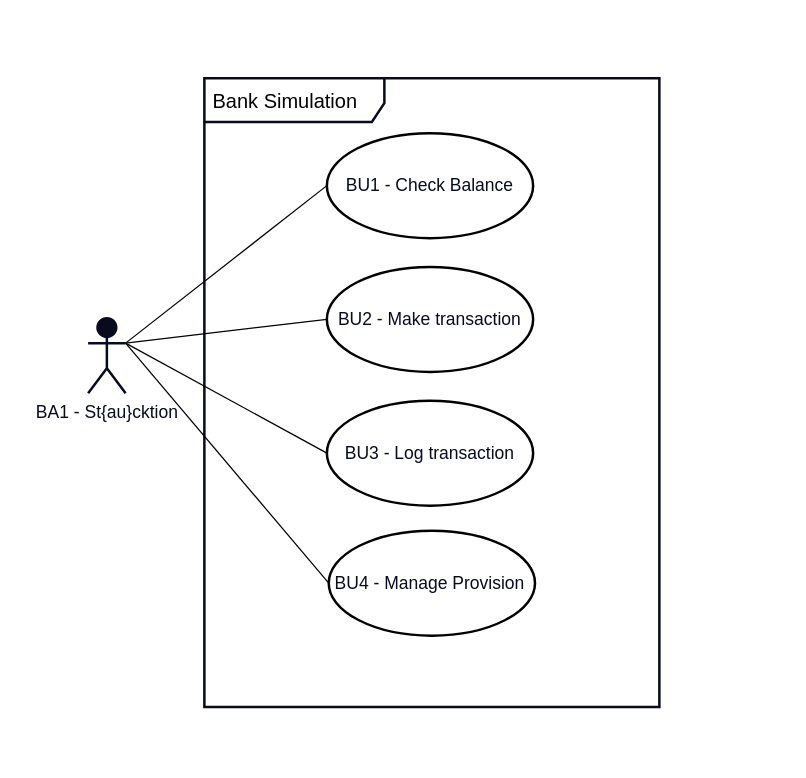
Earlier version of the draw.io diagram diagrams/use-case-diagram/bank/use-case-diagram.drawio (staucktion/docs). Source tidied: cells renumbered, new cells numbered last; positions are measured from the earlier drawing's top-left corner, leaving out a move shared by most shapes. Both pictures are drawn from the tidied source at 125%, with x=0, y=0 at pixel (22, 22).
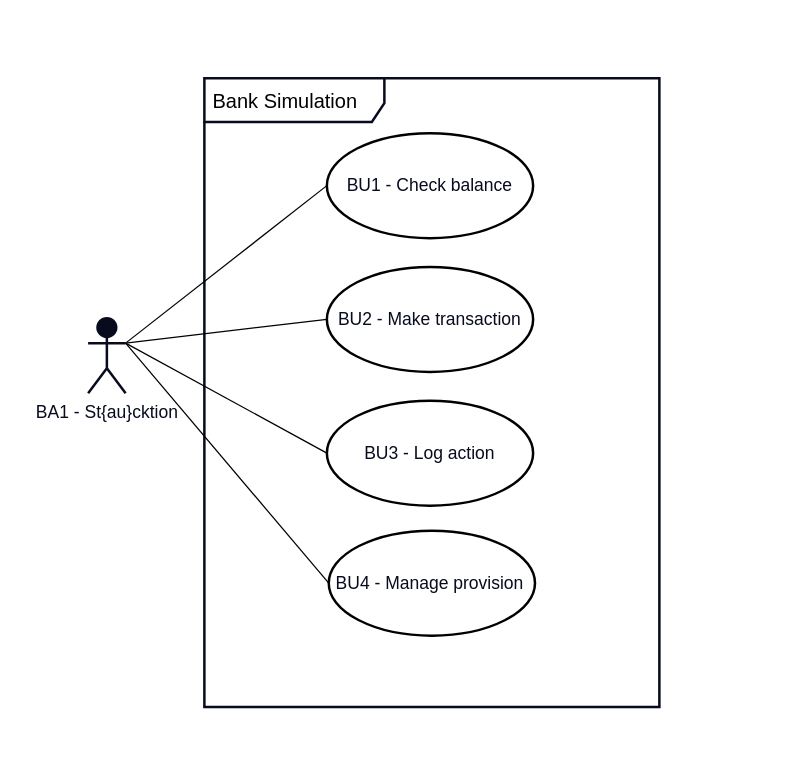
The same diagram, later.

Commit message (it also covers changes not shown here):
update use case diagram

Diff of the diagram source:
```diff
@@
 <mxGraphModel background="#FFFFFF">
   <root>
     <mxCell id="0" />
     <mxCell id="1" parent="0" />
     <mxCell id="2" style="rounded=0;whiteSpace=wrap;html=1;strokeColor=#FFFFFF;strokeWidth=2;fontColor=#070B1D;fillColor=none;gradientColor=none;" parent="1" vertex="1">
       <mxGeometry width="609" height="586" as="geometry" />
     </mxCell>
     <mxCell id="3" value="&lt;font style=&quot;font-size: 16px;&quot;&gt;Bank Simulation&lt;/font&gt;" style="shape=umlFrame;whiteSpace=wrap;html=1;width=144;height=35;boundedLbl=1;verticalAlign=middle;align=left;spacingLeft=5;strokeWidth=2;swimlaneFillColor=none;perimeterSpacing=1;strokeColor=#070B1D;" parent="1" vertex="1">
       <mxGeometry x="145" y="44" width="364" height="503" as="geometry" />
     </mxCell>
     <mxCell id="4" value="&lt;font style=&quot;font-size: 14px;&quot;&gt;BU2 - Make transaction&lt;/font&gt;" style="ellipse;whiteSpace=wrap;html=1;strokeColor=#000000;strokeWidth=2;fontColor=#070B1D;fillColor=none;gradientColor=none;" parent="1" vertex="1">
       <mxGeometry x="243" y="195" width="165" height="84" as="geometry" />
     </mxCell>
     <mxCell id="5" style="endArrow=none;html=1;strokeColor=#000000;entryX=1;entryY=0.3333333333333333;entryDx=0;entryDy=0;exitX=0;exitY=0.5;exitDx=0;exitDy=0;entryPerimeter=0;" parent="1" edge="1" source="4" target="6">
       <mxGeometry relative="1" as="geometry" />
     </mxCell>
     <mxCell id="6" value="&lt;font style=&quot;font-size: 14px;&quot; color=&quot;#070b1d&quot;&gt;BA1 - St{au}cktion&lt;br&gt;&lt;/font&gt;" style="shape=umlActor;verticalLabelPosition=bottom;verticalAlign=top;html=1;strokeColor=#070B1D;strokeWidth=2;fillColor=#070B1D;gradientColor=none;" parent="1" vertex="1">
       <mxGeometry x="52" y="236" width="30" height="60" as="geometry" />
     </mxCell>
-    <mxCell id="7" value="&lt;font style=&quot;font-size: 14px;&quot;&gt;BU3 - Log transaction&lt;/font&gt;" style="ellipse;whiteSpace=wrap;html=1;strokeColor=#000000;strokeWidth=2;fontColor=#070B1D;fillColor=none;gradientColor=none;" parent="1" vertex="1">
+    <mxCell id="7" value="&lt;font style=&quot;font-size: 14px;&quot;&gt;BU3 - Log action&lt;/font&gt;" style="ellipse;whiteSpace=wrap;html=1;strokeColor=#000000;strokeWidth=2;fontColor=#070B1D;fillColor=none;gradientColor=none;" parent="1" vertex="1">
       <mxGeometry x="243" y="302" width="165" height="84" as="geometry" />
     </mxCell>
     <mxCell id="8" style="endArrow=none;html=1;strokeColor=#000000;entryX=1;entryY=0.3333333333333333;entryDx=0;entryDy=0;exitX=0;exitY=0.5;exitDx=0;exitDy=0;entryPerimeter=0;" parent="1" edge="1" source="7" target="6">
       <mxGeometry relative="1" as="geometry" />
     </mxCell>
-    <mxCell id="9" value="&lt;font style=&quot;font-size: 14px;&quot;&gt;BU1 - Check Balance&lt;/font&gt;" style="ellipse;whiteSpace=wrap;html=1;strokeColor=#000000;strokeWidth=2;fontColor=#070B1D;fillColor=none;gradientColor=none;" parent="1" vertex="1">
+    <mxCell id="9" value="&lt;font style=&quot;font-size: 14px;&quot;&gt;BU1 - Check balance&lt;/font&gt;" style="ellipse;whiteSpace=wrap;html=1;strokeColor=#000000;strokeWidth=2;fontColor=#070B1D;fillColor=none;gradientColor=none;" parent="1" vertex="1">
       <mxGeometry x="243" y="88" width="165" height="84" as="geometry" />
     </mxCell>
     <mxCell id="10" style="endArrow=none;html=1;strokeColor=#000000;entryX=1;entryY=0.3333333333333333;entryDx=0;entryDy=0;exitX=0;exitY=0.5;exitDx=0;exitDy=0;entryPerimeter=0;" parent="1" edge="1" source="9" target="6">
       <mxGeometry relative="1" as="geometry" />
     </mxCell>
-    <mxCell id="11" value="&lt;font style=&quot;font-size: 14px;&quot;&gt;BU4 - Manage Provision&amp;nbsp;&lt;/font&gt;" style="ellipse;whiteSpace=wrap;html=1;strokeColor=#000000;strokeWidth=2;fontColor=#070B1D;fillColor=none;gradientColor=none;" parent="1" vertex="1">
+    <mxCell id="11" value="&lt;font style=&quot;font-size: 14px;&quot;&gt;BU4 - Manage provision&amp;nbsp;&lt;/font&gt;" style="ellipse;whiteSpace=wrap;html=1;strokeColor=#000000;strokeWidth=2;fontColor=#070B1D;fillColor=none;gradientColor=none;" parent="1" vertex="1">
       <mxGeometry x="244.5" y="406" width="165" height="84" as="geometry" />
     </mxCell>
     <mxCell id="12" style="endArrow=none;html=1;strokeColor=#000000;entryX=1;entryY=0.3333333333333333;entryDx=0;entryDy=0;exitX=0;exitY=0.5;exitDx=0;exitDy=0;entryPerimeter=0;" parent="1" edge="1" source="11" target="6">
       <mxGeometry relative="1" as="geometry" />
     </mxCell>
   </root>
 </mxGraphModel>
```
